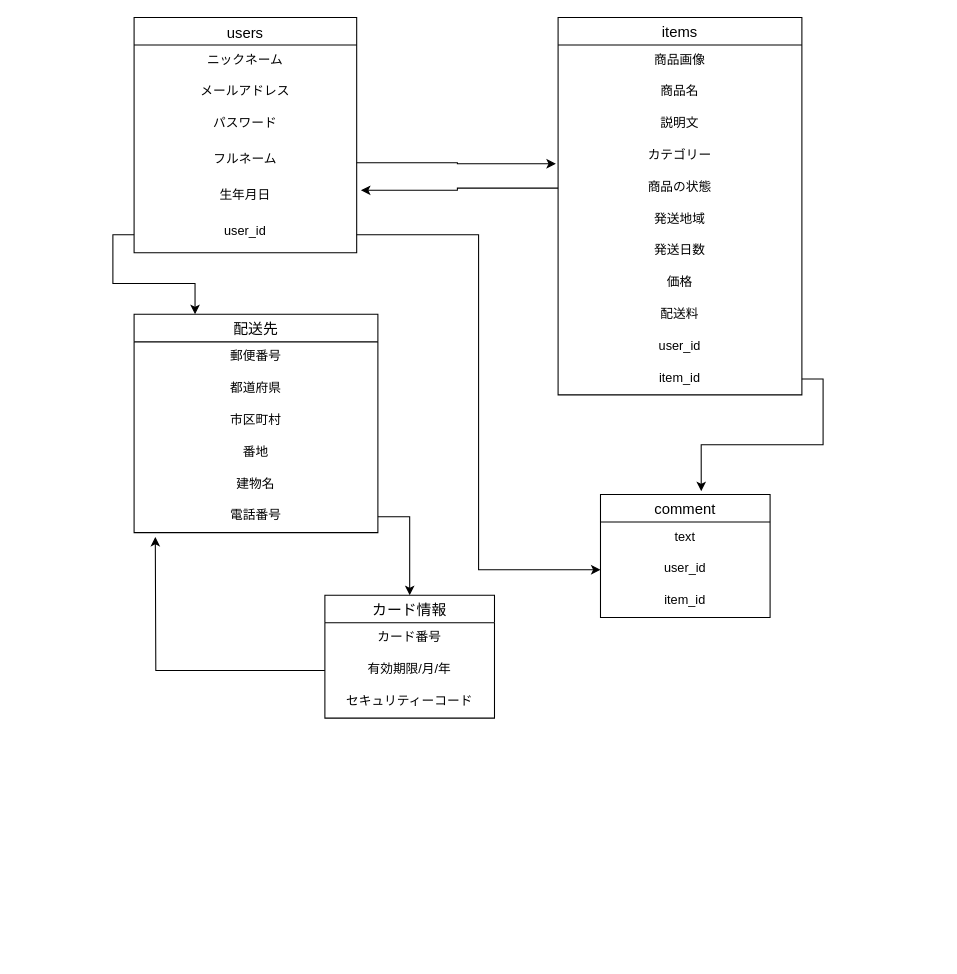
Above: test.dio in takeshi-yaji/furima-31112 (draw.io), before the change. Source tidied: cells renumbered, new cells numbered last; positions are measured from the earlier drawing's top-left corner, leaving out a move shared by most shapes. Both pictures are drawn from the tidied source at 106%, with x=0, y=0 at pixel (134, 17).
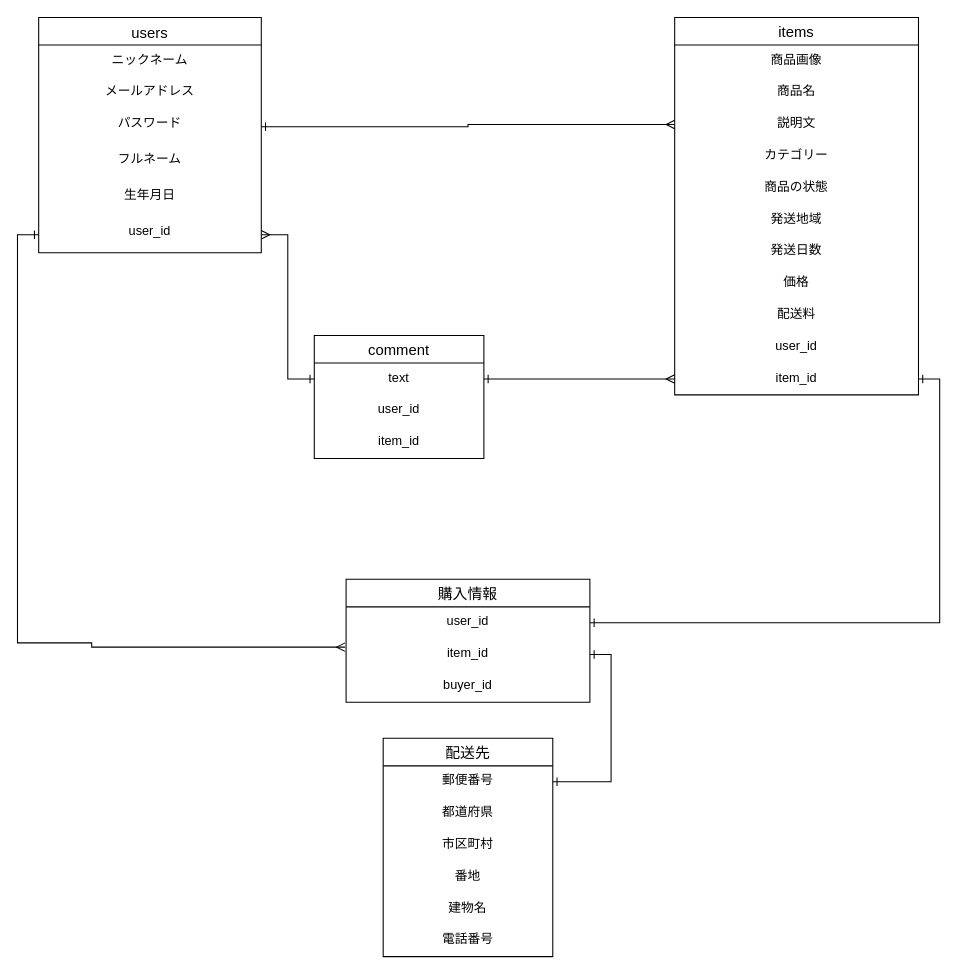
The same diagram, later.

Commit message (it also covers changes not shown here):
ER図/DB設計

The change refers to these unchanged cells:
```xml
<mxCell id="12" value="説明文" style="text;strokeColor=none;fillColor=none;spacingLeft=4;spacingRight=4;overflow=hidden;points=[[0,0.5],[1,0.5]];portConstraint=eastwest;fontSize=12;align=center;" parent="9" vertex="1">
  <mxGeometry y="86" width="230" height="30" as="geometry" />
</mxCell>
<mxCell id="13" value="カテゴリー" style="text;strokeColor=none;fillColor=none;spacingLeft=4;spacingRight=4;overflow=hidden;points=[[0,0.5],[1,0.5]];portConstraint=eastwest;fontSize=12;align=center;" parent="9" vertex="1">
  <mxGeometry y="116" width="230" height="30" as="geometry" />
</mxCell>
<mxCell id="14" value="商品の状態" style="text;strokeColor=none;fillColor=none;spacingLeft=4;spacingRight=4;overflow=hidden;points=[[0,0.5],[1,0.5]];portConstraint=eastwest;fontSize=12;align=center;" parent="9" vertex="1">
  <mxGeometry y="146" width="230" height="30" as="geometry" />
</mxCell>
<mxCell id="20" value="item_id" style="text;strokeColor=none;fillColor=none;spacingLeft=4;spacingRight=4;overflow=hidden;points=[[0,0.5],[1,0.5]];portConstraint=eastwest;fontSize=12;align=center;" parent="9" vertex="1">
  <mxGeometry y="326" width="230" height="30" as="geometry" />
</mxCell>
```

The edit, as a diff of the source:
```diff
@@
-    <mxCell id="2" value="users" style="swimlane;fontStyle=0;horizontal=1;startSize=26;align=center;fontSize=14;verticalAlign=top;" parent="1" vertex="1">
-      <mxGeometry width="210" height="222" as="geometry" />
-    </mxCell>
-    <mxCell id="3" value="ニックネーム" style="text;strokeColor=none;fillColor=none;spacingLeft=4;spacingRight=4;overflow=hidden;fontSize=12;align=center;" parent="2" vertex="1">
-      <mxGeometry y="26" width="210" height="30" as="geometry" />
-    </mxCell>
-    <mxCell id="4" value="メールアドレス" style="text;strokeColor=none;fillColor=none;spacingLeft=4;spacingRight=4;overflow=hidden;fontSize=12;align=center;" parent="2" vertex="1">
-      <mxGeometry y="56" width="210" height="30" as="geometry" />
-    </mxCell>
-    <mxCell id="5" value="パスワード" style="text;strokeColor=none;fillColor=none;spacingLeft=4;spacingRight=4;overflow=hidden;points=[[0,0.5],[1,0.5]];portConstraint=eastwest;fontSize=12;align=center;" parent="2" vertex="1">
-      <mxGeometry y="86" width="210" height="34" as="geometry" />
-    </mxCell>
-    <mxCell id="6" value="フルネーム" style="text;strokeColor=none;fillColor=none;spacingLeft=4;spacingRight=4;overflow=hidden;points=[[0,0.5],[1,0.5]];portConstraint=eastwest;fontSize=12;align=center;" parent="2" vertex="1">
-      <mxGeometry y="120" width="210" height="34" as="geometry" />
-    </mxCell>
-    <mxCell id="7" value="生年月日" style="text;strokeColor=none;fillColor=none;spacingLeft=4;spacingRight=4;overflow=hidden;points=[[0,0.5],[1,0.5]];portConstraint=eastwest;fontSize=12;align=center;" parent="2" vertex="1">
-      <mxGeometry y="154" width="210" height="34" as="geometry" />
-    </mxCell>
-    <mxCell id="8" value="user_id" style="text;strokeColor=none;fillColor=none;spacingLeft=4;spacingRight=4;overflow=hidden;points=[[0,0.5],[1,0.5]];portConstraint=eastwest;fontSize=12;align=center;" parent="2" vertex="1">
-      <mxGeometry y="188" width="210" height="34" as="geometry" />
-    </mxCell>
     <mxCell id="9" value="items" style="swimlane;fontStyle=0;horizontal=1;startSize=26;align=center;fontSize=14;html=0;" parent="1" vertex="1">
-      <mxGeometry x="400" width="230" height="356" as="geometry" />
+      <mxGeometry x="510" width="230" height="356" as="geometry" />
     </mxCell>
@@
+    <mxCell id="2" value="users" style="swimlane;fontStyle=0;horizontal=1;startSize=26;align=center;fontSize=14;verticalAlign=top;" parent="1" vertex="1">
+      <mxGeometry x="-90" width="210" height="222" as="geometry" />
+    </mxCell>
+    <mxCell id="3" value="ニックネーム" style="text;strokeColor=none;fillColor=none;spacingLeft=4;spacingRight=4;overflow=hidden;fontSize=12;align=center;" parent="2" vertex="1">
+      <mxGeometry y="26" width="210" height="30" as="geometry" />
+    </mxCell>
+    <mxCell id="4" value="メールアドレス" style="text;strokeColor=none;fillColor=none;spacingLeft=4;spacingRight=4;overflow=hidden;fontSize=12;align=center;" parent="2" vertex="1">
+      <mxGeometry y="56" width="210" height="30" as="geometry" />
+    </mxCell>
+    <mxCell id="5" value="パスワード" style="text;strokeColor=none;fillColor=none;spacingLeft=4;spacingRight=4;overflow=hidden;points=[[0,0.5],[1,0.5]];portConstraint=eastwest;fontSize=12;align=center;" parent="2" vertex="1">
+      <mxGeometry y="86" width="210" height="34" as="geometry" />
+    </mxCell>
+    <mxCell id="6" value="フルネーム" style="text;strokeColor=none;fillColor=none;spacingLeft=4;spacingRight=4;overflow=hidden;points=[[0,0.5],[1,0.5]];portConstraint=eastwest;fontSize=12;align=center;" parent="2" vertex="1">
+      <mxGeometry y="120" width="210" height="34" as="geometry" />
+    </mxCell>
+    <mxCell id="7" value="生年月日" style="text;strokeColor=none;fillColor=none;spacingLeft=4;spacingRight=4;overflow=hidden;points=[[0,0.5],[1,0.5]];portConstraint=eastwest;fontSize=12;align=center;" parent="2" vertex="1">
+      <mxGeometry y="154" width="210" height="34" as="geometry" />
+    </mxCell>
+    <mxCell id="8" value="user_id" style="text;strokeColor=none;fillColor=none;spacingLeft=4;spacingRight=4;overflow=hidden;points=[[0,0.5],[1,0.5]];portConstraint=eastwest;fontSize=12;align=center;" parent="2" vertex="1">
+      <mxGeometry y="188" width="210" height="34" as="geometry" />
+    </mxCell>
+    <mxCell id="43" style="edgeStyle=orthogonalEdgeStyle;rounded=0;jettySize=auto;html=1;exitX=1;exitY=0.5;exitDx=0;exitDy=0;entryX=0;entryY=0.5;entryDx=0;entryDy=0;endArrow=ERmany;endFill=0;startArrow=ERone;startFill=0;" parent="1" edge="1" source="5" target="12">
+      <mxGeometry relative="1" as="geometry" />
+    </mxCell>
+    <mxCell id="44" style="edgeStyle=orthogonalEdgeStyle;rounded=0;jettySize=auto;html=1;exitX=-0.004;exitY=0.267;exitDx=0;exitDy=0;entryX=0;entryY=0.5;entryDx=0;entryDy=0;startArrow=ERmany;startFill=0;endArrow=ERone;endFill=0;exitPerimeter=0;" parent="1" edge="1" source="49" target="8">
+      <mxGeometry relative="1" as="geometry">
+        <Array as="points">
+          <mxPoint x="-40" y="594" />
+          <mxPoint x="-40" y="590" />
+          <mxPoint x="-110" y="590" />
+          <mxPoint x="-110" y="205" />
+        </Array>
+      </mxGeometry>
+    </mxCell>
+    <mxCell id="45" style="edgeStyle=orthogonalEdgeStyle;rounded=0;jettySize=auto;html=1;exitX=1;exitY=0.5;exitDx=0;exitDy=0;entryX=1;entryY=0.5;entryDx=0;entryDy=0;startArrow=ERone;startFill=0;endArrow=ERone;endFill=0;" parent="1" edge="1" source="20" target="48">
+      <mxGeometry relative="1" as="geometry" />
+    </mxCell>
+    <mxCell id="46" style="edgeStyle=orthogonalEdgeStyle;rounded=0;jettySize=auto;html=1;exitX=0;exitY=0.5;exitDx=0;exitDy=0;startArrow=ERone;startFill=0;endArrow=ERmany;endFill=0;" parent="1" edge="1" source="33" target="8">
+      <mxGeometry relative="1" as="geometry" />
+    </mxCell>
+    <mxCell id="47" style="edgeStyle=orthogonalEdgeStyle;rounded=0;jettySize=auto;html=1;exitX=1;exitY=0.5;exitDx=0;exitDy=0;entryX=0;entryY=0.5;entryDx=0;entryDy=0;startArrow=ERone;startFill=0;endArrow=ERmany;endFill=0;" parent="1" edge="1" source="33" target="20">
+      <mxGeometry relative="1" as="geometry" />
+    </mxCell>
+    <mxCell id="32" value="comment" style="swimlane;fontStyle=0;horizontal=1;startSize=26;align=center;fontSize=14;html=0;" parent="1" vertex="1">
+      <mxGeometry x="170" y="300" width="160" height="116" as="geometry" />
+    </mxCell>
+    <mxCell id="33" value="text" style="text;strokeColor=none;fillColor=none;spacingLeft=4;spacingRight=4;overflow=hidden;points=[[0,0.5],[1,0.5]];portConstraint=eastwest;fontSize=12;align=center;" parent="32" vertex="1">
+      <mxGeometry y="26" width="160" height="30" as="geometry" />
+    </mxCell>
+    <mxCell id="34" value="user_id" style="text;strokeColor=none;fillColor=none;spacingLeft=4;spacingRight=4;overflow=hidden;points=[[0,0.5],[1,0.5]];portConstraint=eastwest;fontSize=12;align=center;" parent="32" vertex="1">
+      <mxGeometry y="56" width="160" height="30" as="geometry" />
+    </mxCell>
+    <mxCell id="35" value="item_id" style="text;strokeColor=none;fillColor=none;spacingLeft=4;spacingRight=4;overflow=hidden;fontSize=12;align=center;" parent="32" vertex="1">
+      <mxGeometry y="86" width="160" height="30" as="geometry" />
+    </mxCell>
-    <mxCell id="21" value="配送先" style="swimlane;fontStyle=0;horizontal=1;startSize=26;align=center;fontSize=14;html=0;" parent="1" vertex="1">
-      <mxGeometry y="280" width="230" height="206" as="geometry" />
+    <mxCell id="21" value="購入情報" style="swimlane;fontStyle=0;horizontal=1;startSize=26;align=center;fontSize=14;html=0;" parent="1" vertex="1">
+      <mxGeometry x="200" y="530" width="230" height="116" as="geometry" />
     </mxCell>
+    <mxCell id="48" value="user_id" style="text;strokeColor=none;fillColor=none;spacingLeft=4;spacingRight=4;overflow=hidden;points=[[0,0.5],[1,0.5]];portConstraint=eastwest;fontSize=12;align=center;" parent="21" vertex="1">
+      <mxGeometry y="26" width="230" height="30" as="geometry" />
+    </mxCell>
+    <mxCell id="49" value="item_id" style="text;strokeColor=none;fillColor=none;spacingLeft=4;spacingRight=4;overflow=hidden;points=[[0,0.5],[1,0.5]];portConstraint=eastwest;fontSize=12;align=center;" parent="21" vertex="1">
+      <mxGeometry y="56" width="230" height="30" as="geometry" />
+    </mxCell>
+    <mxCell id="50" value="buyer_id" style="text;strokeColor=none;fillColor=none;spacingLeft=4;spacingRight=4;overflow=hidden;fontSize=12;align=center;" parent="21" vertex="1">
+      <mxGeometry y="86" width="230" height="30" as="geometry" />
+    </mxCell>
+    <mxCell id="51" value="配送先" style="swimlane;fontStyle=0;horizontal=1;startSize=26;align=center;fontSize=14;" parent="1" vertex="1">
+      <mxGeometry x="235" y="680" width="160" height="206" as="geometry" />
+    </mxCell>
-    <mxCell id="22" value="郵便番号" style="text;strokeColor=none;fillColor=none;spacingLeft=4;spacingRight=4;overflow=hidden;points=[[0,0.5],[1,0.5]];portConstraint=eastwest;fontSize=12;align=center;" parent="21" vertex="1">
-      <mxGeometry y="26" width="230" height="30" as="geometry" />
+    <mxCell id="22" value="郵便番号" style="text;strokeColor=none;fillColor=none;spacingLeft=4;spacingRight=4;overflow=hidden;points=[[0,0.5],[1,0.5]];portConstraint=eastwest;fontSize=12;align=center;" parent="51" vertex="1">
+      <mxGeometry y="26" width="160" height="30" as="geometry" />
     </mxCell>
-    <mxCell id="23" value="都道府県" style="text;strokeColor=none;fillColor=none;spacingLeft=4;spacingRight=4;overflow=hidden;fontSize=12;align=center;" parent="21" vertex="1">
-      <mxGeometry y="56" width="230" height="30" as="geometry" />
+    <mxCell id="23" value="都道府県" style="text;strokeColor=none;fillColor=none;spacingLeft=4;spacingRight=4;overflow=hidden;fontSize=12;align=center;" parent="51" vertex="1">
+      <mxGeometry y="56" width="160" height="30" as="geometry" />
     </mxCell>
-    <mxCell id="24" value="市区町村" style="text;strokeColor=none;fillColor=none;spacingLeft=4;spacingRight=4;overflow=hidden;fontSize=12;align=center;" parent="21" vertex="1">
-      <mxGeometry y="86" width="230" height="30" as="geometry" />
+    <mxCell id="24" value="市区町村" style="text;strokeColor=none;fillColor=none;spacingLeft=4;spacingRight=4;overflow=hidden;fontSize=12;align=center;" parent="51" vertex="1">
+      <mxGeometry y="86" width="160" height="30" as="geometry" />
     </mxCell>
-    <mxCell id="25" value="番地" style="text;strokeColor=none;fillColor=none;spacingLeft=4;spacingRight=4;overflow=hidden;fontSize=12;align=center;" parent="21" vertex="1">
-      <mxGeometry y="116" width="230" height="30" as="geometry" />
+    <mxCell id="25" value="番地" style="text;strokeColor=none;fillColor=none;spacingLeft=4;spacingRight=4;overflow=hidden;fontSize=12;align=center;" parent="51" vertex="1">
+      <mxGeometry y="116" width="160" height="30" as="geometry" />
     </mxCell>
-    <mxCell id="26" value="建物名" style="text;strokeColor=none;fillColor=none;spacingLeft=4;spacingRight=4;overflow=hidden;fontSize=12;align=center;" parent="21" vertex="1">
-      <mxGeometry y="146" width="230" height="30" as="geometry" />
+    <mxCell id="26" value="建物名" style="text;strokeColor=none;fillColor=none;spacingLeft=4;spacingRight=4;overflow=hidden;fontSize=12;align=center;" parent="51" vertex="1">
+      <mxGeometry y="146" width="160" height="30" as="geometry" />
     </mxCell>
-    <mxCell id="27" value="電話番号" style="text;strokeColor=none;fillColor=none;spacingLeft=4;spacingRight=4;overflow=hidden;points=[[0,0.5],[1,0.5]];portConstraint=eastwest;fontSize=12;align=center;" parent="21" vertex="1">
-      <mxGeometry y="176" width="230" height="30" as="geometry" />
+    <mxCell id="27" value="電話番号" style="text;strokeColor=none;fillColor=none;spacingLeft=4;spacingRight=4;overflow=hidden;points=[[0,0.5],[1,0.5]];portConstraint=eastwest;fontSize=12;align=center;" parent="51" vertex="1">
+      <mxGeometry y="176" width="160" height="30" as="geometry" />
     </mxCell>
-    <mxCell id="28" value="カード情報" style="swimlane;fontStyle=0;horizontal=1;startSize=26;align=center;fontSize=14;html=0;" parent="1" vertex="1">
-      <mxGeometry x="180" y="545" width="160" height="116" as="geometry" />
-    </mxCell>
-    <mxCell id="29" value="カード番号" style="text;strokeColor=none;fillColor=none;spacingLeft=4;spacingRight=4;overflow=hidden;fontSize=12;align=center;" parent="28" vertex="1">
-      <mxGeometry y="26" width="160" height="30" as="geometry" />
-    </mxCell>
-    <mxCell id="30" value="有効期限/月/年" style="text;strokeColor=none;fillColor=none;spacingLeft=4;spacingRight=4;overflow=hidden;points=[[0,0.5],[1,0.5]];portConstraint=eastwest;fontSize=12;align=center;" parent="28" vertex="1">
-      <mxGeometry y="56" width="160" height="30" as="geometry" />
-    </mxCell>
-    <mxCell id="31" value="セキュリティーコード" style="text;strokeColor=none;fillColor=none;spacingLeft=4;spacingRight=4;overflow=hidden;fontSize=12;align=center;" parent="28" vertex="1">
-      <mxGeometry y="86" width="160" height="30" as="geometry" />
-    </mxCell>
-    <mxCell id="32" value="comment" style="swimlane;fontStyle=0;horizontal=1;startSize=26;align=center;fontSize=14;html=0;" parent="1" vertex="1">
-      <mxGeometry x="440" y="450" width="160" height="116" as="geometry" />
-    </mxCell>
-    <mxCell id="33" value="text" style="text;strokeColor=none;fillColor=none;spacingLeft=4;spacingRight=4;overflow=hidden;points=[[0,0.5],[1,0.5]];portConstraint=eastwest;fontSize=12;align=center;" parent="32" vertex="1">
-      <mxGeometry y="26" width="160" height="30" as="geometry" />
-    </mxCell>
-    <mxCell id="34" value="user_id" style="text;strokeColor=none;fillColor=none;spacingLeft=4;spacingRight=4;overflow=hidden;points=[[0,0.5],[1,0.5]];portConstraint=eastwest;fontSize=12;align=center;" parent="32" vertex="1">
-      <mxGeometry y="56" width="160" height="30" as="geometry" />
-    </mxCell>
-    <mxCell id="35" value="item_id" style="text;strokeColor=none;fillColor=none;spacingLeft=4;spacingRight=4;overflow=hidden;fontSize=12;align=center;" parent="32" vertex="1">
-      <mxGeometry y="86" width="160" height="30" as="geometry" />
-    </mxCell>
-    <mxCell id="36" style="edgeStyle=orthogonalEdgeStyle;rounded=0;jettySize=auto;html=1;exitX=1;exitY=0.5;exitDx=0;exitDy=0;entryX=-0.009;entryY=0.733;entryDx=0;entryDy=0;entryPerimeter=0;" parent="1" edge="1" source="6" target="13">
-      <mxGeometry relative="1" as="geometry" />
-    </mxCell>
-    <mxCell id="37" style="edgeStyle=orthogonalEdgeStyle;rounded=0;jettySize=auto;html=1;exitX=0;exitY=0.5;exitDx=0;exitDy=0;entryX=1.019;entryY=0.265;entryDx=0;entryDy=0;entryPerimeter=0;" parent="1" edge="1" source="14" target="7">
-      <mxGeometry relative="1" as="geometry" />
-    </mxCell>
-    <mxCell id="38" style="edgeStyle=orthogonalEdgeStyle;rounded=0;jettySize=auto;html=1;exitX=1;exitY=0.5;exitDx=0;exitDy=0;entryX=0.594;entryY=-0.026;entryDx=0;entryDy=0;entryPerimeter=0;" parent="1" edge="1" source="20" target="32">
-      <mxGeometry relative="1" as="geometry" />
-    </mxCell>
-    <mxCell id="39" style="edgeStyle=orthogonalEdgeStyle;rounded=0;jettySize=auto;html=1;exitX=1;exitY=0.5;exitDx=0;exitDy=0;entryX=0;entryY=0.5;entryDx=0;entryDy=0;" parent="1" edge="1" source="8" target="34">
-      <mxGeometry relative="1" as="geometry" />
-    </mxCell>
-    <mxCell id="40" style="edgeStyle=orthogonalEdgeStyle;rounded=0;jettySize=auto;html=1;exitX=1;exitY=0.5;exitDx=0;exitDy=0;" parent="1" edge="1" source="27" target="28">
-      <mxGeometry relative="1" as="geometry" />
-    </mxCell>
-    <mxCell id="41" style="edgeStyle=orthogonalEdgeStyle;rounded=0;jettySize=auto;html=1;exitX=0;exitY=0.5;exitDx=0;exitDy=0;" parent="1" edge="1" source="30">
-      <mxGeometry relative="1" as="geometry">
-        <mxPoint x="20" y="490" as="targetPoint" />
-      </mxGeometry>
-    </mxCell>
-    <mxCell id="42" style="edgeStyle=orthogonalEdgeStyle;rounded=0;jettySize=auto;html=1;exitX=0;exitY=0.5;exitDx=0;exitDy=0;entryX=0.25;entryY=0;entryDx=0;entryDy=0;" parent="1" edge="1" source="8" target="21">
-      <mxGeometry relative="1" as="geometry" />
-    </mxCell>
+    <mxCell id="52" style="edgeStyle=orthogonalEdgeStyle;rounded=0;jettySize=auto;html=1;exitX=1;exitY=0.5;exitDx=0;exitDy=0;entryX=1;entryY=0.5;entryDx=0;entryDy=0;startArrow=ERone;startFill=0;endArrow=ERone;endFill=0;" parent="1" edge="1" source="49" target="22">
+      <mxGeometry relative="1" as="geometry" />
+    </mxCell>
```
